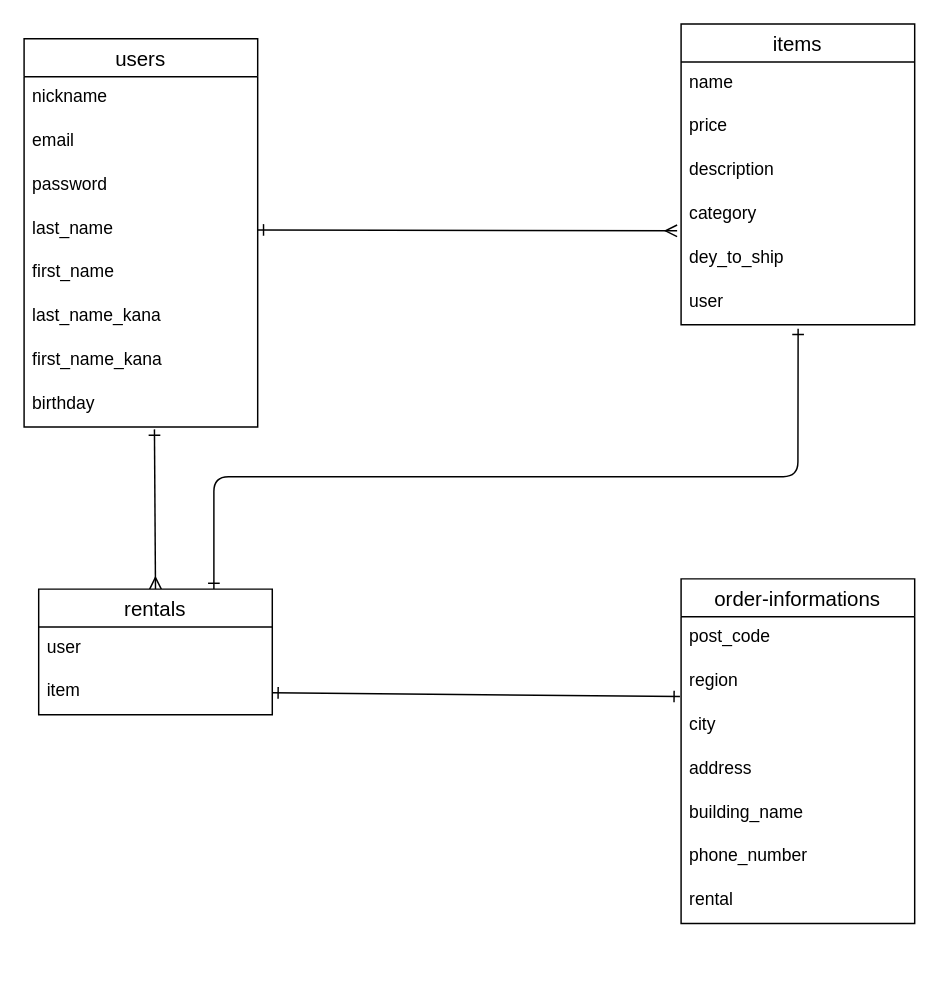
Above: er.dio in shimizubenson/sharecamp (draw.io), before the change. Source tidied: cells renumbered, new cells numbered last; positions are measured from the earlier drawing's top-left corner, leaving out a move shared by most shapes. Both pictures are drawn from the tidied source at 146%, with x=0, y=0 at pixel (23, 23).
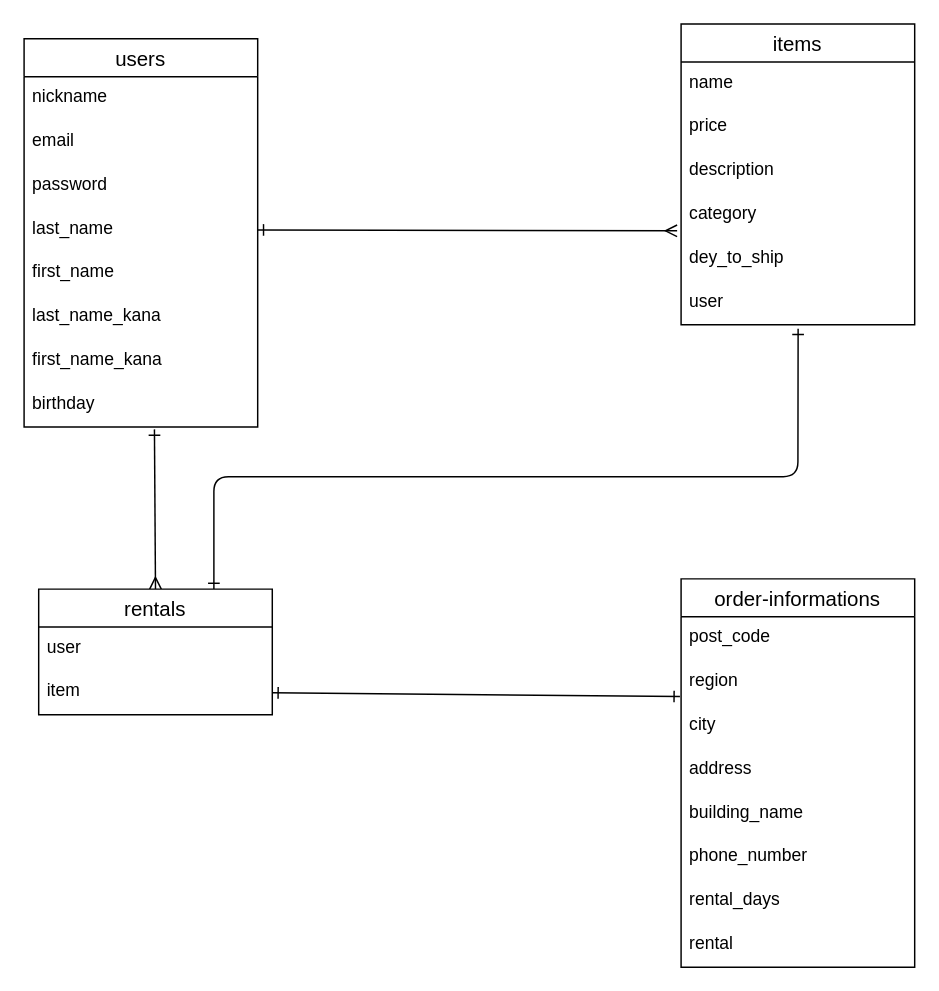
Above is the later version.

The edit, as a diff of the source:
```diff
@@
     <mxCell id="23" value="order-informations" style="swimlane;fontStyle=0;horizontal=1;startSize=26;align=center;fontSize=14;" parent="1" vertex="1">
-      <mxGeometry x="450" y="380" width="160" height="236" as="geometry" />
+      <mxGeometry x="450" y="380" width="160" height="266" as="geometry" />
     </mxCell>
@@
-    <mxCell id="30" value="rental" style="text;strokeColor=none;fillColor=none;spacingLeft=4;spacingRight=4;overflow=hidden;fontSize=12;" parent="23" vertex="1">
+    <mxCell id="30" value="rental_days" style="text;strokeColor=none;fillColor=none;spacingLeft=4;spacingRight=4;overflow=hidden;fontSize=12;" parent="23" vertex="1">
       <mxGeometry y="206" width="160" height="30" as="geometry" />
     </mxCell>
+    <mxCell id="33" value="rental" style="text;strokeColor=none;fillColor=none;spacingLeft=4;spacingRight=4;overflow=hidden;fontSize=12;" parent="23" vertex="1">
+      <mxGeometry y="236" width="160" height="30" as="geometry" />
+    </mxCell>
```
